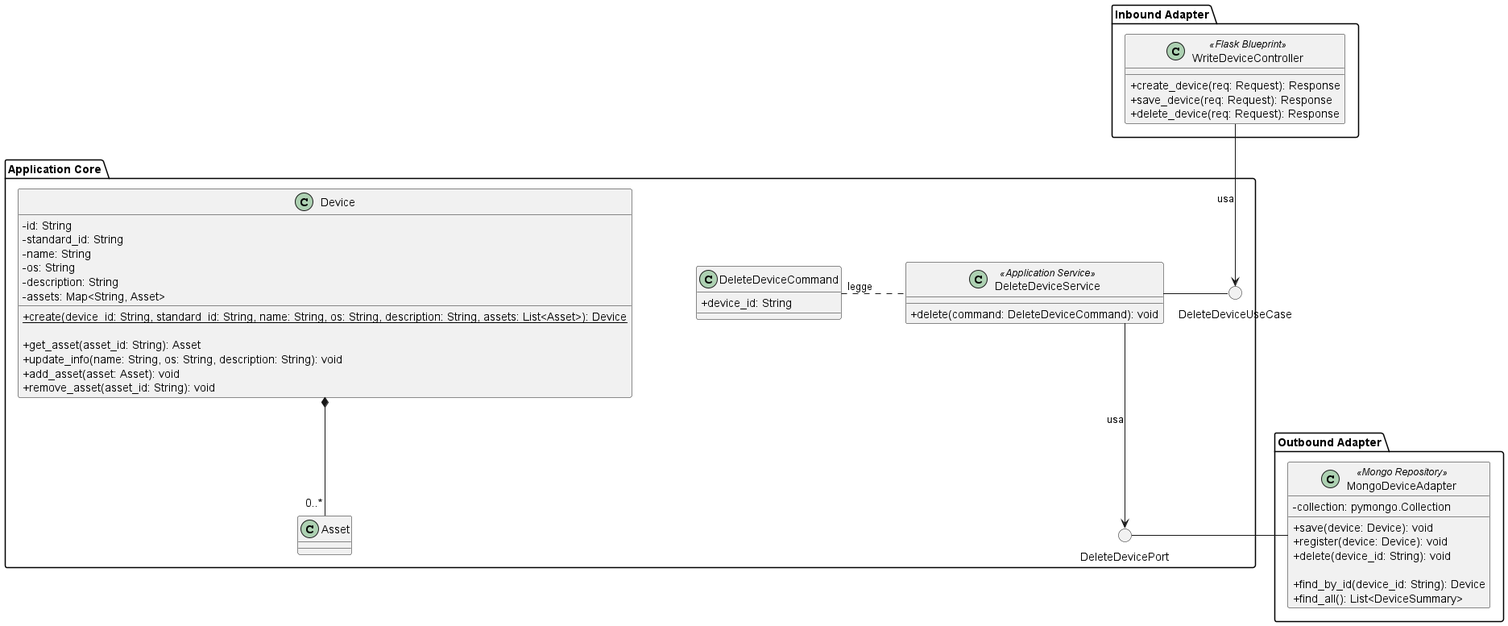
Earlier version of the PlantUML export src/PB/DocumentazioneEsterna/Specifica_Tecnica/content/uml/png/DeleteDevice/DeleteDevice.png (GroupRubberDuck/Documentazione).
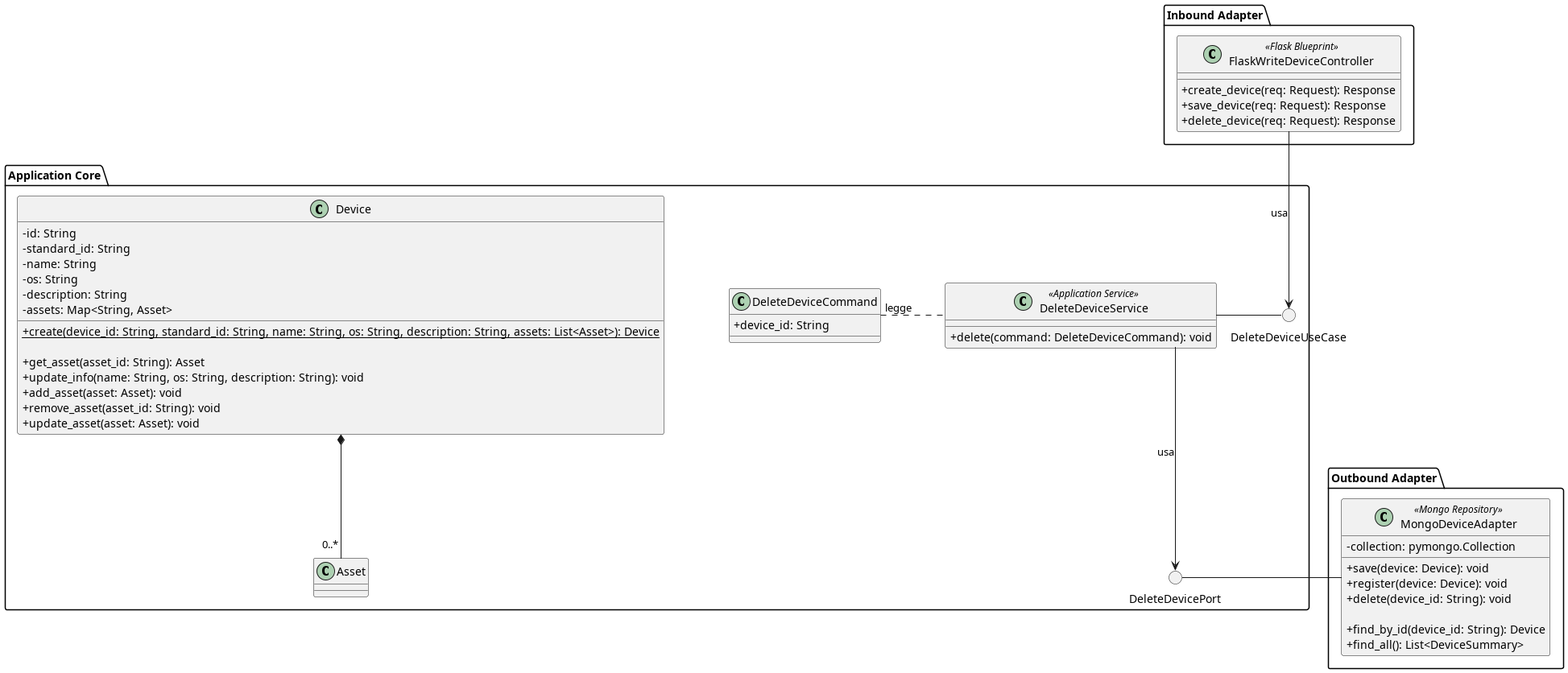
The same file after the commit.

What changed in the source:
```diff
@@ -5,15 +5,13 @@
 skinparam classAttributeIconSize 0
 
 package "Inbound Adapter"{
-    !include InboundAdapters/WriteDeviceController.puml
+    !include InboundAdapters/FlaskWriteDeviceController.puml
 }
 
 package "Application Core" {
     () "DeleteDeviceUseCase"
 
-    class DeleteDeviceCommand {
-        +device_id: String
-    }
+    !include Command/DeleteDeviceCommand.puml
 
     !include ApplicationServices/DeleteDeviceService.puml
     !include Domain/Device.puml
@@ -30,7 +28,7 @@
 
 DeleteDeviceService --> DeleteDevicePort: usa
 
-WriteDeviceController --> DeleteDeviceUseCase: usa
+FlaskWriteDeviceController --> DeleteDeviceUseCase: usa
 MongoDeviceAdapter - DeleteDevicePort
 
 @enduml
```
